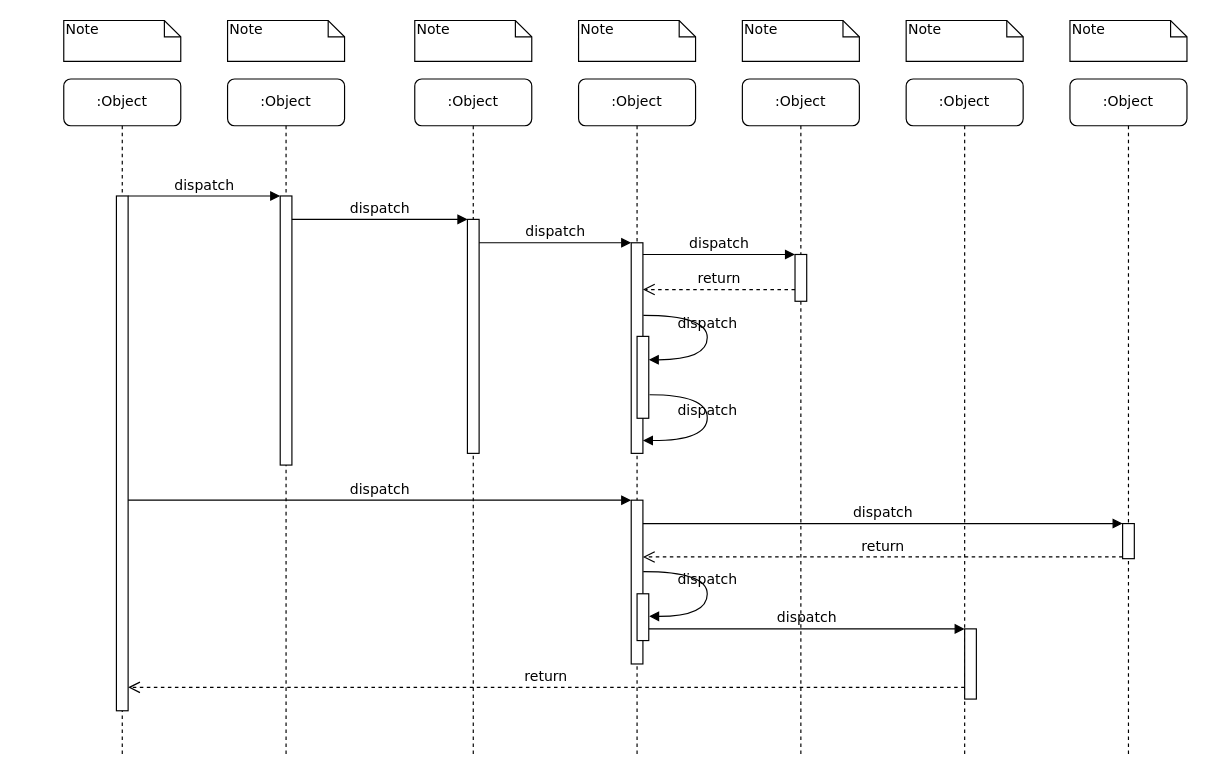
This is Seq-NfcSwitchTester.drawio from SuperSources/draw.io, a draw.io file, before an edit. Source tidied: cells renumbered, new cells numbered last; positions are measured from the earlier drawing's top-left corner, leaving out a move shared by most shapes. Both pictures are drawn from the tidied source at 117%, with x=0, y=0 at pixel (63, 20).
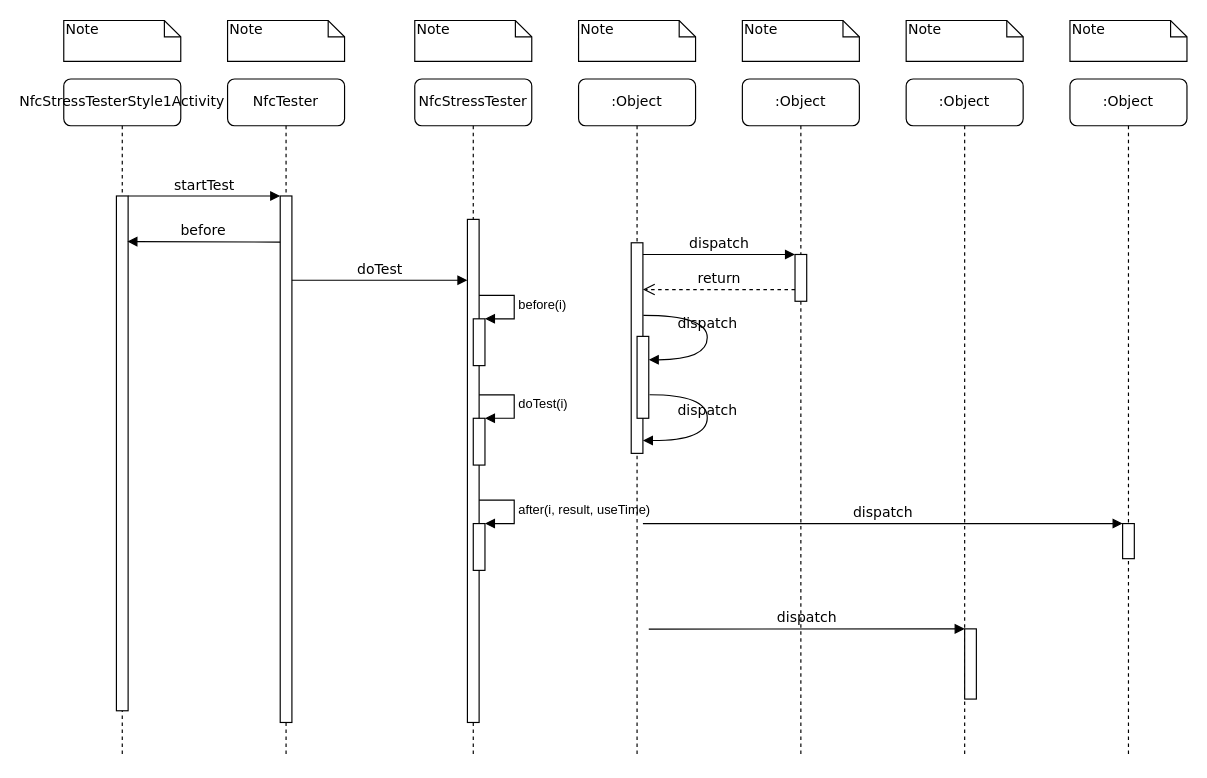
The same page after the edit.

Unchanged cells that the change refers to:
```xml
<mxCell id="11" style="html=1;points=[];perimeter=orthogonalPerimeter;rounded=0;shadow=0;comic=0;labelBackgroundColor=none;strokeWidth=1;fontFamily=Verdana;fontSize=12;align=center;" parent="10" vertex="1">
  <mxGeometry x="45" y="100" width="10" height="440" as="geometry" />
</mxCell>
<mxCell id="12" style="html=1;points=[];perimeter=orthogonalPerimeter;rounded=0;shadow=0;comic=0;labelBackgroundColor=none;strokeWidth=1;fontFamily=Verdana;fontSize=12;align=center;" parent="1" vertex="1">
  <mxGeometry x="485" y="190" width="10" height="180" as="geometry" />
</mxCell>
<mxCell id="19" style="html=1;points=[];perimeter=orthogonalPerimeter;rounded=0;shadow=0;comic=0;labelBackgroundColor=none;strokeColor=#000000;strokeWidth=1;fillColor=#FFFFFF;fontFamily=Verdana;fontSize=12;fontColor=#000000;align=center;" parent="1" vertex="1">
  <mxGeometry x="905" y="430" width="10" height="30" as="geometry" />
</mxCell>
<mxCell id="22" style="html=1;points=[];perimeter=orthogonalPerimeter;rounded=0;shadow=0;comic=0;labelBackgroundColor=none;strokeWidth=1;fontFamily=Verdana;fontSize=12;align=center;" parent="1" vertex="1">
  <mxGeometry x="770" y="520" width="10" height="60" as="geometry" />
</mxCell>
```

The edit, as a diff of the source:
```diff
@@
-<mxGraphModel>
+<mxGraphModel background="#ffffff">
@@
-    <mxCell id="2" value=":Object" style="shape=umlLifeline;perimeter=lifelinePerimeter;whiteSpace=wrap;html=1;rounded=1;shadow=0;comic=0;labelBackgroundColor=none;strokeWidth=1;fontFamily=Verdana;fontSize=12;align=center;" parent="1" vertex="1">
+    <mxCell id="2" value="NfcTester" style="shape=umlLifeline;perimeter=lifelinePerimeter;whiteSpace=wrap;html=1;rounded=1;shadow=0;comic=0;labelBackgroundColor=none;strokeWidth=1;fontFamily=Verdana;fontSize=12;align=center;" parent="1" vertex="1">
       <mxGeometry x="140" y="50" width="100" height="580" as="geometry" />
     </mxCell>
     <mxCell id="3" style="html=1;points=[];perimeter=orthogonalPerimeter;rounded=0;shadow=0;comic=0;labelBackgroundColor=none;strokeWidth=1;fontFamily=Verdana;fontSize=12;align=center;" parent="2" vertex="1">
-      <mxGeometry x="45" y="100" width="10" height="230" as="geometry" />
+      <mxGeometry x="45" y="100" width="10" height="450" as="geometry" />
     </mxCell>
-    <mxCell id="4" value=":Object" style="shape=umlLifeline;perimeter=lifelinePerimeter;whiteSpace=wrap;html=1;rounded=1;shadow=0;comic=0;labelBackgroundColor=none;strokeWidth=1;fontFamily=Verdana;fontSize=12;align=center;" parent="1" vertex="1">
+    <mxCell id="4" value="NfcStressTester" style="shape=umlLifeline;perimeter=lifelinePerimeter;whiteSpace=wrap;html=1;rounded=1;shadow=0;comic=0;labelBackgroundColor=none;strokeWidth=1;fontFamily=Verdana;fontSize=12;align=center;" parent="1" vertex="1">
       <mxGeometry x="300" y="50" width="100" height="580" as="geometry" />
     </mxCell>
     <mxCell id="5" style="html=1;points=[];perimeter=orthogonalPerimeter;rounded=0;shadow=0;comic=0;labelBackgroundColor=none;strokeWidth=1;fontFamily=Verdana;fontSize=12;align=center;" parent="4" vertex="1">
-      <mxGeometry x="45" y="120" width="10" height="200" as="geometry" />
+      <mxGeometry x="45" y="120" width="10" height="430" as="geometry" />
     </mxCell>
+    <mxCell id="39" style="html=1;points=[];perimeter=orthogonalPerimeter;" parent="4" vertex="1">
+      <mxGeometry x="50" y="205" width="10" height="40" as="geometry" />
+    </mxCell>
+    <mxCell id="40" value="before(i)" style="edgeStyle=orthogonalEdgeStyle;html=1;align=left;spacingLeft=2;endArrow=block;rounded=0;entryX=1;entryY=0;" parent="4" edge="1" target="39">
+      <mxGeometry relative="1" as="geometry">
+        <mxPoint x="55" y="185" as="sourcePoint" />
+        <Array as="points">
+          <mxPoint x="85" y="185" />
+        </Array>
+      </mxGeometry>
+    </mxCell>
+    <mxCell id="41" style="html=1;points=[];perimeter=orthogonalPerimeter;" parent="4" vertex="1">
+      <mxGeometry x="50" y="290" width="10" height="40" as="geometry" />
+    </mxCell>
+    <mxCell id="42" value="doTest(i)" style="edgeStyle=orthogonalEdgeStyle;html=1;align=left;spacingLeft=2;endArrow=block;rounded=0;entryX=1;entryY=0;" parent="4" edge="1" target="41">
+      <mxGeometry relative="1" as="geometry">
+        <mxPoint x="55" y="270" as="sourcePoint" />
+        <Array as="points">
+          <mxPoint x="85" y="270" />
+        </Array>
+      </mxGeometry>
+    </mxCell>
+    <mxCell id="43" style="html=1;points=[];perimeter=orthogonalPerimeter;" parent="4" vertex="1">
+      <mxGeometry x="50" y="380" width="10" height="40" as="geometry" />
+    </mxCell>
+    <mxCell id="44" value="after(i, result, useTime)" style="edgeStyle=orthogonalEdgeStyle;html=1;align=left;spacingLeft=2;endArrow=block;rounded=0;entryX=1;entryY=0;" parent="4" edge="1" target="43">
+      <mxGeometry relative="1" as="geometry">
+        <mxPoint x="55" y="360" as="sourcePoint" />
+        <Array as="points">
+          <mxPoint x="85" y="360" />
+        </Array>
+      </mxGeometry>
+    </mxCell>
@@
-    <mxCell id="10" value=":Object" style="shape=umlLifeline;perimeter=lifelinePerimeter;whiteSpace=wrap;html=1;rounded=1;shadow=0;comic=0;labelBackgroundColor=none;strokeWidth=1;fontFamily=Verdana;fontSize=12;align=center;" parent="1" vertex="1">
+    <mxCell id="10" value="NfcStressTesterStyle1Activity" style="shape=umlLifeline;perimeter=lifelinePerimeter;whiteSpace=wrap;html=1;rounded=1;shadow=0;comic=0;labelBackgroundColor=none;strokeWidth=1;fontFamily=Verdana;fontSize=12;align=center;" parent="1" vertex="1">
       <mxGeometry y="50" width="100" height="580" as="geometry" />
     </mxCell>
@@
-    <mxCell id="13" value="dispatch" style="html=1;verticalAlign=bottom;endArrow=block;labelBackgroundColor=none;fontFamily=Verdana;fontSize=12;edgeStyle=elbowEdgeStyle;elbow=vertical;" parent="1" edge="1" source="5" target="12">
-      <mxGeometry relative="1" as="geometry">
-        <Array as="points">
-          <mxPoint x="360" y="190" />
-        </Array>
-      </mxGeometry>
-    </mxCell>
@@
-    <mxCell id="17" style="html=1;points=[];perimeter=orthogonalPerimeter;rounded=0;shadow=0;comic=0;labelBackgroundColor=none;strokeWidth=1;fontFamily=Verdana;fontSize=12;align=center;" parent="1" vertex="1">
-      <mxGeometry x="485" y="410" width="10" height="140" as="geometry" />
-    </mxCell>
-    <mxCell id="18" value="dispatch" style="html=1;verticalAlign=bottom;endArrow=block;entryX=0;entryY=0;labelBackgroundColor=none;fontFamily=Verdana;fontSize=12;" parent="1" edge="1" source="11" target="17">
-      <mxGeometry relative="1" as="geometry" />
-    </mxCell>
@@
-    <mxCell id="20" value="dispatch" style="html=1;verticalAlign=bottom;endArrow=block;entryX=0;entryY=0;labelBackgroundColor=none;fontFamily=Verdana;fontSize=12;" parent="1" edge="1" source="17" target="19">
-      <mxGeometry relative="1" as="geometry" />
+    <mxCell id="20" value="dispatch" style="html=1;verticalAlign=bottom;endArrow=block;entryX=0;entryY=0;labelBackgroundColor=none;fontFamily=Verdana;fontSize=12;" parent="1" edge="1" target="19">
+      <mxGeometry relative="1" as="geometry">
+        <mxPoint x="495" y="430" as="sourcePoint" />
+      </mxGeometry>
     </mxCell>
-    <mxCell id="21" value="return" style="html=1;verticalAlign=bottom;endArrow=open;dashed=1;endSize=8;exitX=0;exitY=0.95;labelBackgroundColor=none;fontFamily=Verdana;fontSize=12;" parent="1" edge="1" source="19" target="17">
-      <mxGeometry relative="1" as="geometry" />
-    </mxCell>
@@
-    <mxCell id="23" value="dispatch" style="html=1;verticalAlign=bottom;endArrow=block;entryX=0;entryY=0;labelBackgroundColor=none;fontFamily=Verdana;fontSize=12;edgeStyle=elbowEdgeStyle;elbow=vertical;" parent="1" edge="1" source="30" target="22">
-      <mxGeometry relative="1" as="geometry" />
+    <mxCell id="23" value="dispatch" style="html=1;verticalAlign=bottom;endArrow=block;entryX=0;entryY=0;labelBackgroundColor=none;fontFamily=Verdana;fontSize=12;edgeStyle=elbowEdgeStyle;elbow=vertical;" parent="1" edge="1" target="22">
+      <mxGeometry relative="1" as="geometry">
+        <mxPoint x="500" y="520.2" as="sourcePoint" />
+      </mxGeometry>
     </mxCell>
-    <mxCell id="24" value="return" style="html=1;verticalAlign=bottom;endArrow=open;dashed=1;endSize=8;labelBackgroundColor=none;fontFamily=Verdana;fontSize=12;edgeStyle=elbowEdgeStyle;elbow=vertical;" parent="1" edge="1" source="22" target="11">
-      <mxGeometry relative="1" as="geometry">
-        <Array as="points">
-          <mxPoint x="470" y="570" />
-        </Array>
-      </mxGeometry>
-    </mxCell>
-    <mxCell id="25" value="dispatch" style="html=1;verticalAlign=bottom;endArrow=block;entryX=0;entryY=0;labelBackgroundColor=none;fontFamily=Verdana;fontSize=12;edgeStyle=elbowEdgeStyle;elbow=vertical;" parent="1" edge="1" source="11" target="3">
+    <mxCell id="25" value="startTest" style="html=1;verticalAlign=bottom;endArrow=block;entryX=0;entryY=0;labelBackgroundColor=none;fontFamily=Verdana;fontSize=12;edgeStyle=elbowEdgeStyle;elbow=vertical;" parent="1" edge="1" source="11" target="3">
       <mxGeometry relative="1" as="geometry" />
     </mxCell>
-    <mxCell id="26" value="dispatch" style="html=1;verticalAlign=bottom;endArrow=block;entryX=0;entryY=0;labelBackgroundColor=none;fontFamily=Verdana;fontSize=12;edgeStyle=elbowEdgeStyle;elbow=vertical;" parent="1" edge="1" source="3" target="5">
-      <mxGeometry relative="1" as="geometry" />
+    <mxCell id="26" value="doTest" style="html=1;verticalAlign=bottom;endArrow=block;entryX=0;entryY=0;labelBackgroundColor=none;fontFamily=Verdana;fontSize=12;edgeStyle=elbowEdgeStyle;elbow=vertical;" parent="1" edge="1">
+      <mxGeometry relative="1" as="geometry">
+        <mxPoint x="195" y="222" as="sourcePoint" />
+        <mxPoint x="345" y="222" as="targetPoint" />
+      </mxGeometry>
     </mxCell>
@@
-    <mxCell id="30" style="html=1;points=[];perimeter=orthogonalPerimeter;rounded=0;shadow=0;comic=0;labelBackgroundColor=none;strokeWidth=1;fontFamily=Verdana;fontSize=12;align=center;" parent="1" vertex="1">
-      <mxGeometry x="490" y="490" width="10" height="40" as="geometry" />
-    </mxCell>
-    <mxCell id="31" value="dispatch" style="html=1;verticalAlign=bottom;endArrow=block;labelBackgroundColor=none;fontFamily=Verdana;fontSize=12;elbow=vertical;edgeStyle=orthogonalEdgeStyle;curved=1;entryX=1;entryY=0.286;entryPerimeter=0;exitX=1.038;exitY=0.345;exitPerimeter=0;" parent="1" edge="1">
-      <mxGeometry relative="1" as="geometry">
-        <mxPoint x="495.3" y="471" as="sourcePoint" />
-        <mxPoint x="500.3" y="509.3" as="targetPoint" />
-        <Array as="points">
-          <mxPoint x="550" y="471" />
-          <mxPoint x="550" y="509" />
-        </Array>
-      </mxGeometry>
-    </mxCell>
@@
+    <mxCell id="45" value="before" style="html=1;verticalAlign=bottom;endArrow=block;labelBackgroundColor=none;fontFamily=Verdana;fontSize=12;edgeStyle=elbowEdgeStyle;elbow=vertical;entryX=0.941;entryY=0.053;entryDx=0;entryDy=0;entryPerimeter=0;" parent="1" edge="1">
+      <mxGeometry relative="1" as="geometry">
+        <mxPoint x="185" y="189.4" as="sourcePoint" />
+        <mxPoint x="54.4" y="189.3" as="targetPoint" />
+      </mxGeometry>
+    </mxCell>
```
